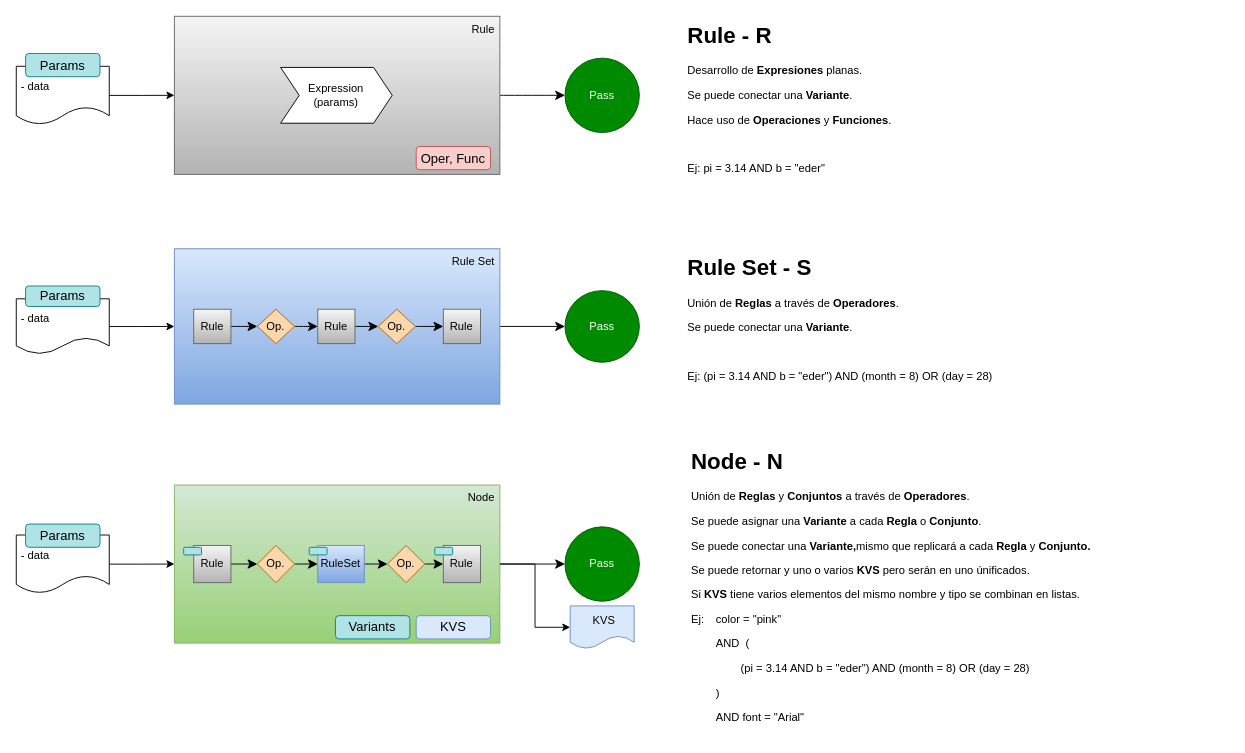
Before: page "Rule Engine" (2 of 5) of NRule.drawio in edervzz/nrules, a draw.io diagram. Source tidied: cells renumbered, new cells numbered last; positions are measured from the earlier drawing's top-left corner, leaving out a move shared by most shapes. Both pictures are drawn from the tidied source at 93%, with x=0, y=0 at pixel (16, 16).
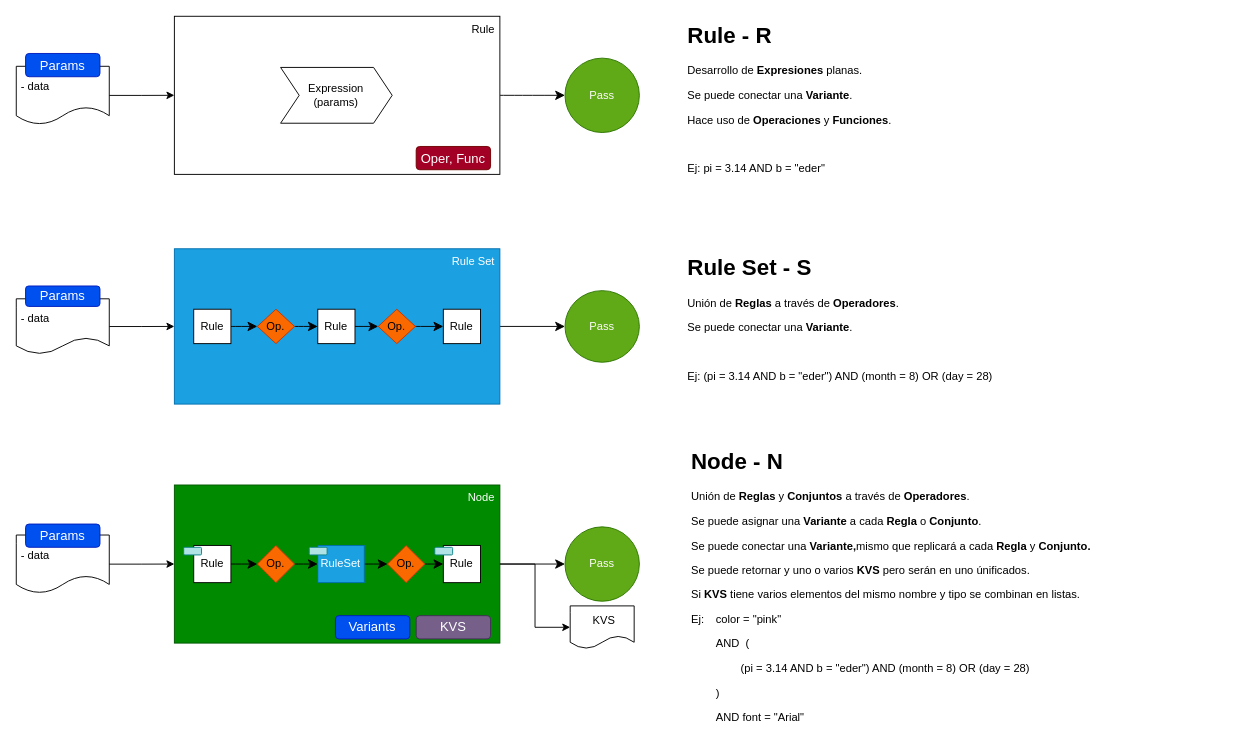
Above is the later version.

The edit, as a diff of the source:
```diff
@@
-    <mxCell id="4" value="Rule&amp;nbsp;" style="rounded=0;whiteSpace=wrap;html=1;verticalAlign=top;align=right;fillColor=#f5f5f5;strokeColor=#666666;gradientColor=#b3b3b3;" parent="1" vertex="1">
+    <mxCell id="4" value="Rule&amp;nbsp;" style="rounded=0;whiteSpace=wrap;html=1;verticalAlign=top;align=right;" parent="1" vertex="1">
       <mxGeometry x="170" width="350" height="170" as="geometry" />
     </mxCell>
@@
-    <mxCell id="7" value="Pass" style="ellipse;whiteSpace=wrap;html=1;align=center;verticalAlign=middle;fillColor=#008a00;strokeColor=#005700;rounded=0;fontColor=#ffffff;" parent="1" vertex="1">
+    <mxCell id="7" value="Pass" style="ellipse;whiteSpace=wrap;html=1;align=center;verticalAlign=middle;fillColor=#60a917;strokeColor=#2D7600;rounded=0;fontColor=#ffffff;" parent="1" vertex="1">
       <mxGeometry x="590" y="45" width="80" height="80" as="geometry" />
     </mxCell>
@@
-    <mxCell id="10" value="Rule Set&amp;nbsp;" style="rounded=0;whiteSpace=wrap;html=1;verticalAlign=top;align=right;fillColor=#dae8fc;strokeColor=#6c8ebf;gradientColor=#7ea6e0;gradientDirection=south;" parent="1" vertex="1">
+    <mxCell id="10" value="Rule Set&amp;nbsp;" style="rounded=0;whiteSpace=wrap;html=1;verticalAlign=top;align=right;fillColor=#1ba1e2;strokeColor=#006EAF;gradientDirection=south;fontColor=#ffffff;" parent="1" vertex="1">
       <mxGeometry x="170" y="250" width="350" height="167" as="geometry" />
     </mxCell>
@@
-    <mxCell id="12" value="Pass" style="ellipse;whiteSpace=wrap;html=1;align=center;verticalAlign=middle;fillColor=#008a00;strokeColor=#005700;rounded=0;fontColor=#ffffff;" parent="1" vertex="1">
+    <mxCell id="12" value="Pass" style="ellipse;whiteSpace=wrap;html=1;align=center;verticalAlign=middle;fillColor=#60a917;strokeColor=#2D7600;rounded=0;fontColor=#ffffff;" parent="1" vertex="1">
       <mxGeometry x="590" y="295" width="80" height="77" as="geometry" />
     </mxCell>
@@
-    <mxCell id="14" value="Rule" style="rounded=0;whiteSpace=wrap;html=1;verticalAlign=middle;align=center;fillColor=#f5f5f5;strokeColor=#666666;gradientColor=#b3b3b3;" parent="1" vertex="1">
+    <mxCell id="14" value="Rule" style="rounded=0;whiteSpace=wrap;html=1;verticalAlign=middle;align=center;" parent="1" vertex="1">
       <mxGeometry x="190.8" y="315" width="40" height="37" as="geometry" />
     </mxCell>
@@
-    <mxCell id="16" value="Op." style="rhombus;whiteSpace=wrap;html=1;fillColor=#fad7ac;strokeColor=#b46504;" parent="1" vertex="1">
+    <mxCell id="16" value="Op." style="rhombus;whiteSpace=wrap;html=1;fillColor=#fa6800;strokeColor=#C73500;fontColor=#000000;" parent="1" vertex="1">
       <mxGeometry x="259.2" y="315" width="40" height="37" as="geometry" />
     </mxCell>
@@
-    <mxCell id="18" value="Rule" style="rounded=0;whiteSpace=wrap;html=1;verticalAlign=middle;align=center;fillColor=#f5f5f5;strokeColor=#666666;gradientColor=#b3b3b3;" parent="1" vertex="1">
+    <mxCell id="18" value="Rule" style="rounded=0;whiteSpace=wrap;html=1;verticalAlign=middle;align=center;" parent="1" vertex="1">
       <mxGeometry x="324.2" y="315" width="40" height="37" as="geometry" />
     </mxCell>
@@
-    <mxCell id="20" value="Op." style="rhombus;whiteSpace=wrap;html=1;fillColor=#fad7ac;strokeColor=#b46504;" parent="1" vertex="1">
+    <mxCell id="20" value="Op." style="rhombus;whiteSpace=wrap;html=1;fillColor=#fa6800;strokeColor=#C73500;fontColor=#000000;" parent="1" vertex="1">
       <mxGeometry x="389.2" y="315" width="40" height="37" as="geometry" />
     </mxCell>
-    <mxCell id="21" value="Rule" style="rounded=0;whiteSpace=wrap;html=1;verticalAlign=middle;align=center;fillColor=#f5f5f5;strokeColor=#666666;gradientColor=#b3b3b3;" parent="1" vertex="1">
+    <mxCell id="21" value="Rule" style="rounded=0;whiteSpace=wrap;html=1;verticalAlign=middle;align=center;" parent="1" vertex="1">
       <mxGeometry x="459.2" y="315" width="40" height="37" as="geometry" />
     </mxCell>
-    <mxCell id="22" value="Oper, Func" style="rounded=1;whiteSpace=wrap;html=1;verticalAlign=middle;fontSize=14;fillColor=#f8cecc;strokeColor=#b85450;" parent="1" vertex="1">
+    <mxCell id="22" value="Oper, Func" style="rounded=1;whiteSpace=wrap;html=1;verticalAlign=middle;fontSize=14;fillColor=#a20025;strokeColor=#6F0000;fontColor=#ffffff;" parent="1" vertex="1">
       <mxGeometry x="430" y="140" width="80" height="25" as="geometry" />
     </mxCell>
@@
-    <mxCell id="25" value="Params" style="rounded=1;whiteSpace=wrap;html=1;verticalAlign=middle;fontSize=14;fillColor=#b0e3e6;strokeColor=#0e8088;" parent="1" vertex="1">
+    <mxCell id="25" value="Params" style="rounded=1;whiteSpace=wrap;html=1;verticalAlign=middle;fontSize=14;fillColor=#0050ef;strokeColor=#001DBC;fontColor=#ffffff;" parent="1" vertex="1">
       <mxGeometry x="10" y="40" width="80" height="25" as="geometry" />
     </mxCell>
-    <mxCell id="26" value="Params" style="rounded=1;whiteSpace=wrap;html=1;verticalAlign=middle;fontSize=14;fillColor=#b0e3e6;strokeColor=#0e8088;" parent="1" vertex="1">
+    <mxCell id="26" value="Params" style="rounded=1;whiteSpace=wrap;html=1;verticalAlign=middle;fontSize=14;fillColor=#0050ef;strokeColor=#001DBC;fontColor=#ffffff;" parent="1" vertex="1">
       <mxGeometry x="10" y="290" width="80" height="22" as="geometry" />
     </mxCell>
@@
-    <mxCell id="29" value="Node&amp;nbsp;" style="rounded=0;whiteSpace=wrap;html=1;verticalAlign=top;align=right;fillColor=#d5e8d4;strokeColor=#82b366;gradientColor=#97d077;gradientDirection=south;" parent="1" vertex="1">
+    <mxCell id="29" value="Node&amp;nbsp;" style="rounded=0;whiteSpace=wrap;html=1;verticalAlign=top;align=right;fillColor=#008a00;strokeColor=#005700;gradientDirection=south;fontColor=#ffffff;" parent="1" vertex="1">
       <mxGeometry x="170" y="504" width="350" height="170" as="geometry" />
     </mxCell>
@@
-    <mxCell id="32" value="Rule" style="rounded=0;whiteSpace=wrap;html=1;verticalAlign=middle;align=center;fillColor=#f5f5f5;strokeColor=#666666;gradientColor=#b3b3b3;" parent="1" vertex="1">
+    <mxCell id="32" value="Rule" style="rounded=0;whiteSpace=wrap;html=1;verticalAlign=middle;align=center;" parent="1" vertex="1">
       <mxGeometry x="190.8" y="569" width="40" height="40" as="geometry" />
     </mxCell>
-    <mxCell id="33" value="Variants" style="rounded=1;whiteSpace=wrap;html=1;verticalAlign=middle;fontSize=14;fillColor=#b0e3e6;strokeColor=#0e8088;" parent="1" vertex="1">
+    <mxCell id="33" value="Variants" style="rounded=1;whiteSpace=wrap;html=1;verticalAlign=middle;fontSize=14;fillColor=#0050ef;strokeColor=#001DBC;fontColor=#ffffff;" parent="1" vertex="1">
       <mxGeometry x="343.2" y="644.5" width="80" height="25" as="geometry" />
     </mxCell>
@@
-    <mxCell id="35" value="Op." style="rhombus;whiteSpace=wrap;html=1;fillColor=#fad7ac;strokeColor=#b46504;" parent="1" vertex="1">
+    <mxCell id="35" value="Op." style="rhombus;whiteSpace=wrap;html=1;fillColor=#fa6800;strokeColor=#C73500;fontColor=#000000;" parent="1" vertex="1">
       <mxGeometry x="259.2" y="569" width="40" height="40" as="geometry" />
     </mxCell>
@@
-    <mxCell id="37" value="RuleSet" style="rounded=0;whiteSpace=wrap;html=1;verticalAlign=middle;align=center;fillColor=#dae8fc;strokeColor=#6c8ebf;gradientColor=#7ea6e0;" parent="1" vertex="1">
+    <mxCell id="37" value="RuleSet" style="rounded=0;whiteSpace=wrap;html=1;verticalAlign=middle;align=center;fillColor=#1ba1e2;strokeColor=#006EAF;fontColor=#ffffff;" parent="1" vertex="1">
       <mxGeometry x="324.2" y="569" width="50" height="40" as="geometry" />
     </mxCell>
@@
-    <mxCell id="39" value="Op." style="rhombus;whiteSpace=wrap;html=1;fillColor=#fad7ac;strokeColor=#b46504;" parent="1" vertex="1">
+    <mxCell id="39" value="Op." style="rhombus;whiteSpace=wrap;html=1;fillColor=#fa6800;strokeColor=#C73500;fontColor=#000000;" parent="1" vertex="1">
       <mxGeometry x="399.2" y="569" width="40" height="40" as="geometry" />
     </mxCell>
-    <mxCell id="40" value="Rule" style="rounded=0;whiteSpace=wrap;html=1;verticalAlign=middle;align=center;fillColor=#f5f5f5;strokeColor=#666666;gradientColor=#b3b3b3;" parent="1" vertex="1">
+    <mxCell id="40" value="Rule" style="rounded=0;whiteSpace=wrap;html=1;verticalAlign=middle;align=center;" parent="1" vertex="1">
       <mxGeometry x="459.2" y="569" width="40" height="40" as="geometry" />
     </mxCell>
@@
-    <mxCell id="42" value="Pass" style="ellipse;whiteSpace=wrap;html=1;align=center;verticalAlign=middle;fillColor=#008a00;strokeColor=#005700;rounded=0;fontColor=#ffffff;" parent="1" vertex="1">
+    <mxCell id="42" value="Pass" style="ellipse;whiteSpace=wrap;html=1;align=center;verticalAlign=middle;fillColor=#60a917;strokeColor=#2D7600;rounded=0;fontColor=#ffffff;" parent="1" vertex="1">
       <mxGeometry x="590" y="549" width="80" height="80" as="geometry" />
     </mxCell>
-    <mxCell id="43" value="&lt;div&gt;&amp;nbsp;KVS&lt;/div&gt;" style="shape=document;whiteSpace=wrap;html=1;boundedLbl=1;align=center;verticalAlign=middle;fillColor=#dae8fc;strokeColor=#6c8ebf;" parent="1" vertex="1">
+    <mxCell id="43" value="&lt;div&gt;&amp;nbsp;KVS&lt;/div&gt;" style="shape=document;whiteSpace=wrap;html=1;boundedLbl=1;align=center;verticalAlign=middle;" parent="1" vertex="1">
       <mxGeometry x="595.6" y="634" width="68.8" height="46" as="geometry" />
     </mxCell>
@@
-    <mxCell id="45" value="KVS" style="rounded=1;whiteSpace=wrap;html=1;verticalAlign=middle;fontSize=14;fillColor=#dae8fc;strokeColor=#6c8ebf;align=center;" parent="1" vertex="1">
+    <mxCell id="45" value="KVS" style="rounded=1;whiteSpace=wrap;html=1;verticalAlign=middle;fontSize=14;fillColor=#76608a;strokeColor=#432D57;align=center;fontColor=#ffffff;" parent="1" vertex="1">
       <mxGeometry x="430" y="644.5" width="80" height="25" as="geometry" />
     </mxCell>
-    <mxCell id="46" value="Params" style="rounded=1;whiteSpace=wrap;html=1;verticalAlign=middle;fontSize=14;fillColor=#b0e3e6;strokeColor=#0e8088;" parent="1" vertex="1">
+    <mxCell id="46" value="Params" style="rounded=1;whiteSpace=wrap;html=1;verticalAlign=middle;fontSize=14;fillColor=#0050ef;strokeColor=#001DBC;fontColor=#ffffff;" parent="1" vertex="1">
       <mxGeometry x="10" y="546" width="80" height="25" as="geometry" />
     </mxCell>
```
